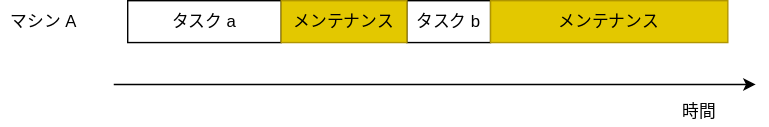
This is notebooks/ja/tutorials/figures/maintenance_time.drawio.svg from fixstars/amplify-se-examples, a draw.io export, as it was before one commit. Source tidied: cells renumbered, new cells last; positions are measured from the earlier drawing's top-left corner, leaving out a move shared by most shapes.
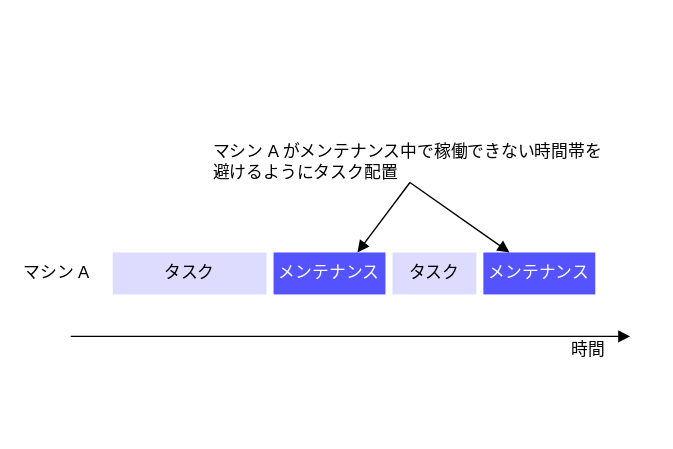
After the change.

What changed in the source:
```diff
@@ -2,33 +2,45 @@
   <root>
     <mxCell id="0" />
     <mxCell id="1" parent="0" />
+    <mxCell id="9" style="whiteSpace=wrap;html=1;strokeColor=none;" parent="1" vertex="1">
+      <mxGeometry x="20" y="-180" width="480" height="320" as="geometry" />
+    </mxCell>
-    <mxCell id="2" value="タスク a" style="rounded=0;whiteSpace=wrap;html=1;" parent="1" vertex="1">
-      <mxGeometry x="90" width="110" height="30" as="geometry" />
+    <mxCell id="2" value="タスク" style="rounded=0;whiteSpace=wrap;html=1;strokeColor=none;fillColor=#DDDCFF;" parent="1" vertex="1">
+      <mxGeometry x="100" width="110" height="30" as="geometry" />
     </mxCell>
-    <mxCell id="3" style="endArrow=classic;html=1;fontColor=#00FF00;" parent="1" edge="1">
+    <mxCell id="3" style="endArrow=block;html=1;fontColor=#00FF00;endFill=1;" parent="1" edge="1">
       <mxGeometry relative="1" as="geometry">
-        <mxPoint x="80" y="60" as="sourcePoint" />
-        <mxPoint x="540" y="60" as="targetPoint" />
+        <mxPoint x="70" y="60" as="sourcePoint" />
+        <mxPoint x="470" y="60" as="targetPoint" />
       </mxGeometry>
     </mxCell>
     <object id="4" label="時間" name="Variable" placeholders="1">
       <mxCell style="text;html=1;strokeColor=none;fillColor=none;align=center;verticalAlign=middle;whiteSpace=wrap;overflow=hidden;" parent="1" vertex="1">
-        <mxGeometry x="480" y="70" width="40" height="20" as="geometry" />
+        <mxGeometry x="420" y="60" width="40" height="20" as="geometry" />
       </mxCell>
     </object>
-    <mxCell id="5" value="タスク b" style="rounded=0;whiteSpace=wrap;html=1;" parent="1" vertex="1">
-      <mxGeometry x="290" width="60" height="30" as="geometry" />
+    <mxCell id="5" value="タスク" style="rounded=0;whiteSpace=wrap;html=1;fillColor=#DDDCFF;strokeColor=none;" parent="1" vertex="1">
+      <mxGeometry x="300" width="60" height="30" as="geometry" />
     </mxCell>
     <object id="6" label="マシン A" name="Variable" placeholders="1">
       <mxCell style="text;html=1;strokeColor=none;fillColor=none;align=center;verticalAlign=middle;whiteSpace=wrap;overflow=hidden;" parent="1" vertex="1">
-        <mxGeometry y="5" width="60" height="20" as="geometry" />
+        <mxGeometry x="30" y="5" width="60" height="20" as="geometry" />
       </mxCell>
     </object>
-    <mxCell id="7" value="メンテナンス" style="rounded=0;whiteSpace=wrap;html=1;fillColor=#e3c800;fontColor=#000000;strokeColor=#B09500;" parent="1" vertex="1">
-      <mxGeometry x="200" width="90" height="30" as="geometry" />
+    <mxCell id="7" value="&lt;font color=&quot;#ffffff&quot;&gt;メンテナンス&lt;/font&gt;" style="rounded=0;whiteSpace=wrap;html=1;fillColor=#5552FF;fontColor=#000000;strokeColor=none;" parent="1" vertex="1">
+      <mxGeometry x="215" width="80" height="30" as="geometry" />
     </mxCell>
-    <mxCell id="8" value="メンテナンス" style="rounded=0;whiteSpace=wrap;html=1;fillColor=#e3c800;fontColor=#000000;strokeColor=#B09500;" parent="1" vertex="1">
-      <mxGeometry x="350" width="170" height="30" as="geometry" />
+    <mxCell id="8" value="メンテナンス" style="rounded=0;whiteSpace=wrap;html=1;fillColor=#5552FF;fontColor=#FFFFFF;strokeColor=none;" parent="1" vertex="1">
+      <mxGeometry x="365" width="80" height="30" as="geometry" />
     </mxCell>
+    <mxCell id="10" style="edgeStyle=none;html=1;entryX=0.75;entryY=0;entryDx=0;entryDy=0;exitX=0.5;exitY=1;exitDx=0;exitDy=0;endArrow=block;endFill=1;" parent="1" edge="1" source="12" target="7">
+      <mxGeometry relative="1" as="geometry" />
+    </mxCell>
+    <mxCell id="11" style="edgeStyle=none;html=1;exitX=0.5;exitY=1;exitDx=0;exitDy=0;endArrow=block;endFill=1;" parent="1" edge="1" source="12" target="8">
+      <mxGeometry relative="1" as="geometry" />
+    </mxCell>
+    <mxCell id="12" value="マシン A がメンテナンス中で稼働できない時間帯を避けるようにタスク配置" style="text;strokeColor=none;align=left;fillColor=none;html=1;verticalAlign=middle;whiteSpace=wrap;rounded=0;" parent="1" vertex="1">
+      <mxGeometry x="170" y="-80" width="285" height="30" as="geometry" />
+    </mxCell>
   </root>
 </mxGraphModel>
```
